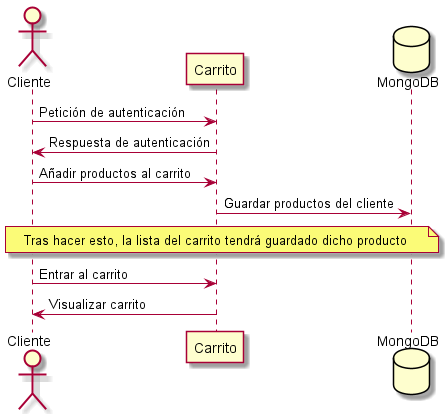
Before: images/Diagrama Añadir producto.png, a diagram exported from PlantUML (Arquisoft/Arquisoft-dede_es_02b). Source of this version:
```plantuml
@startuml
actor Cliente
participant Carrito
database MongoDB
Cliente -> Carrito: Petición de autenticación
Carrito -> Cliente: Respuesta de autenticación
Cliente -> Carrito: Añadir productos al carrito
Carrito -> MongoDB: Guardar productos del cliente
note across: Tras hacer esto, la lista del carrito tendrá guardado dicho producto
Cliente -> Carrito: Entrar al carrito
Carrito -> Cliente: Visualizar carrito
@enduml
```
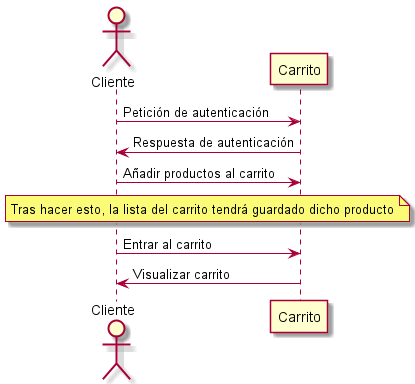
The same file after the commit.

Change to the diagram source:
```diff
@@ -1,11 +1,9 @@
 @startuml
 actor Cliente
 participant Carrito
-database MongoDB
 Cliente -> Carrito: Petición de autenticación
 Carrito -> Cliente: Respuesta de autenticación
 Cliente -> Carrito: Añadir productos al carrito
-Carrito -> MongoDB: Guardar productos del cliente
 note across: Tras hacer esto, la lista del carrito tendrá guardado dicho producto
 Cliente -> Carrito: Entrar al carrito
 Carrito -> Cliente: Visualizar carrito
```
